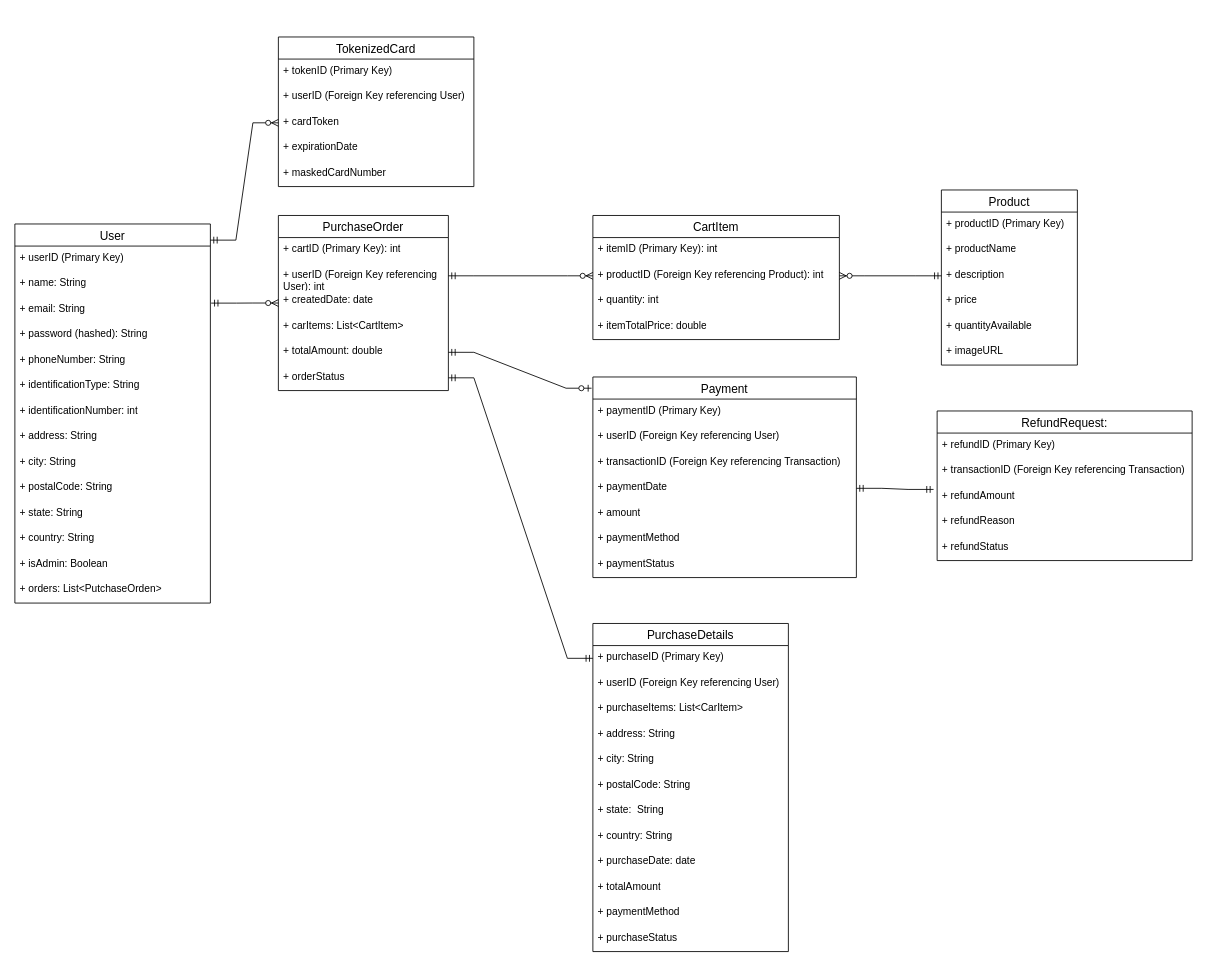
Before: Diagrama entidad relacion.drawio in psmedinadi22/Prototype-PayU, a draw.io diagram. Source tidied: cells renumbered, new cells numbered last; positions are measured from the earlier drawing's top-left corner, leaving out a move shared by most shapes. Both pictures are drawn from the tidied source at 85%, with x=0, y=0 at pixel (14, 37).
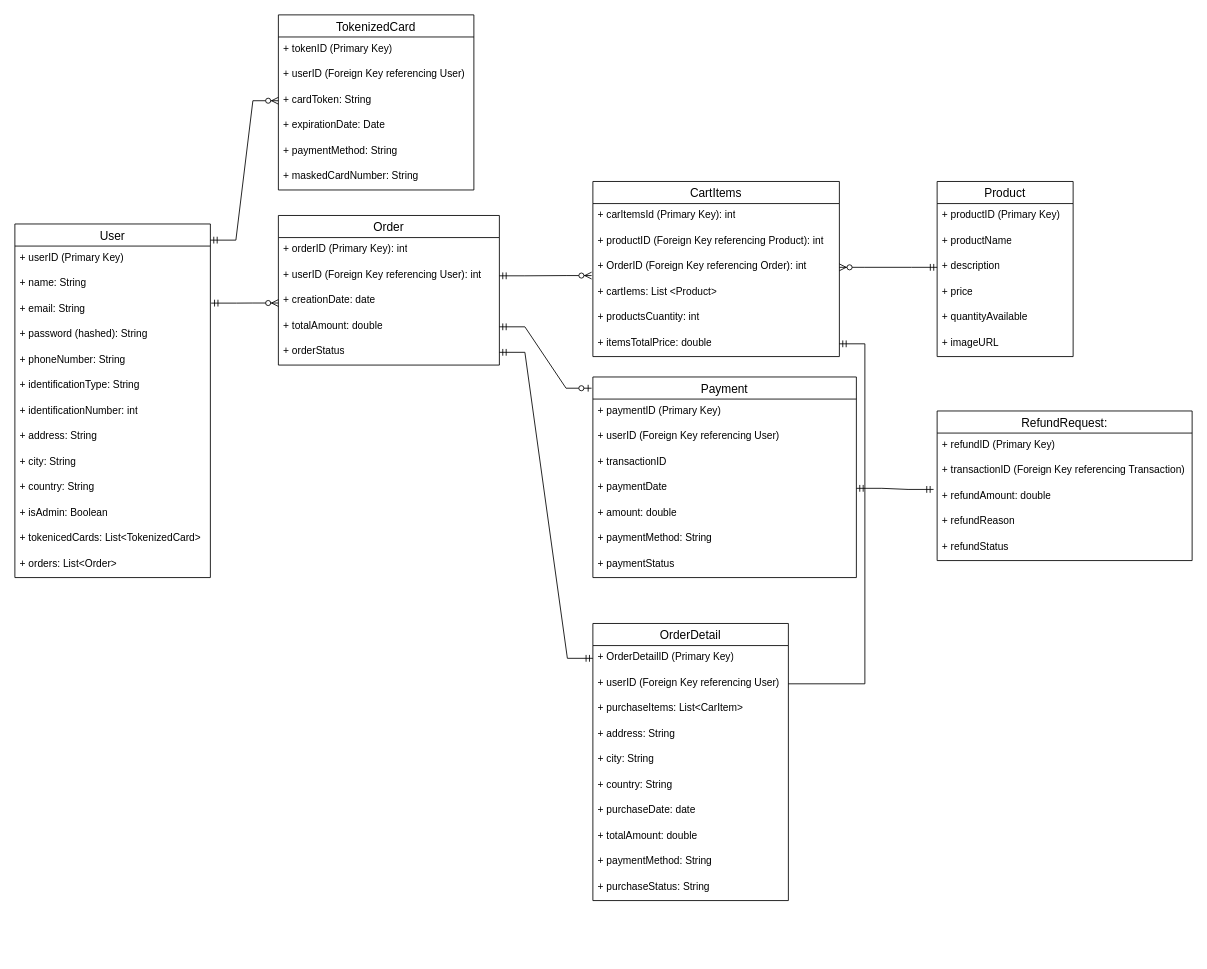
After the change.

Unchanged cells that the change refers to:
```xml
<mxCell id="26" value="+&amp;nbsp;userID (Foreign Key referencing User)" style="text;strokeColor=none;fillColor=none;spacingLeft=4;spacingRight=4;overflow=hidden;points=[[0,0.5],[1,0.5]];portConstraint=eastwest;fontSize=12;whiteSpace=wrap;html=1;" parent="24" vertex="1">
  <mxGeometry y="56" width="230" height="30" as="geometry" />
</mxCell>
<mxCell id="46" value="+&amp;nbsp;description" style="text;strokeColor=none;fillColor=none;spacingLeft=4;spacingRight=4;overflow=hidden;points=[[0,0.5],[1,0.5]];portConstraint=eastwest;fontSize=12;whiteSpace=wrap;html=1;" parent="43" vertex="1">
  <mxGeometry y="86" width="160" height="30" as="geometry" />
</mxCell>
<mxCell id="50" value="RefundRequest:" style="swimlane;fontStyle=0;horizontal=1;startSize=26;align=center;fontSize=14;" parent="1" vertex="1">
  <mxGeometry x="1085" y="440" width="300" height="176" as="geometry" />
</mxCell>
<mxCell id="58" value="+&amp;nbsp;productID (Foreign Key referencing Product): int" style="text;strokeColor=none;fillColor=none;spacingLeft=4;spacingRight=4;overflow=hidden;points=[[0,0.5],[1,0.5]];portConstraint=eastwest;fontSize=12;whiteSpace=wrap;html=1;" parent="56" vertex="1">
  <mxGeometry y="56" width="290" height="30" as="geometry" />
</mxCell>
<mxCell id="61" value="Payment" style="swimlane;fontStyle=0;horizontal=1;startSize=26;align=center;fontSize=14;" parent="1" vertex="1">
  <mxGeometry x="680" y="400" width="310" height="236" as="geometry" />
</mxCell>
```

Diff of the diagram source:
```diff
@@
     <mxCell id="2" value="User" style="swimlane;fontStyle=0;horizontal=1;startSize=26;align=center;fontSize=14;" parent="1" vertex="1">
-      <mxGeometry y="220" width="230" height="446" as="geometry" />
+      <mxGeometry y="220" width="230" height="416" as="geometry" />
     </mxCell>
@@
-    <mxCell id="12" value="+ postalCode: String" style="text;strokeColor=none;fillColor=none;spacingLeft=4;spacingRight=4;overflow=hidden;fontSize=12;whiteSpace=wrap;html=1;" parent="2" vertex="1">
-      <mxGeometry y="296" width="230" height="30" as="geometry" />
-    </mxCell>
-    <mxCell id="13" value="+ state: String" style="text;strokeColor=none;fillColor=none;spacingLeft=4;spacingRight=4;overflow=hidden;fontSize=12;whiteSpace=wrap;html=1;" parent="2" vertex="1">
-      <mxGeometry y="326" width="230" height="30" as="geometry" />
-    </mxCell>
     <mxCell id="14" value="+ country: String" style="text;strokeColor=none;fillColor=none;spacingLeft=4;spacingRight=4;overflow=hidden;fontSize=12;whiteSpace=wrap;html=1;" parent="2" vertex="1">
-      <mxGeometry y="356" width="230" height="30" as="geometry" />
+      <mxGeometry y="296" width="230" height="30" as="geometry" />
     </mxCell>
     <mxCell id="15" value="+ isAdmin: Boolean" style="text;strokeColor=none;fillColor=none;spacingLeft=4;spacingRight=4;overflow=hidden;fontSize=12;whiteSpace=wrap;html=1;" parent="2" vertex="1">
-      <mxGeometry y="386" width="230" height="30" as="geometry" />
+      <mxGeometry y="326" width="230" height="30" as="geometry" />
     </mxCell>
+    <mxCell id="76" value="+ tokenicedCards: List&amp;lt;TokenizedCard&amp;gt;" style="text;strokeColor=none;fillColor=none;spacingLeft=4;spacingRight=4;overflow=hidden;fontSize=12;whiteSpace=wrap;html=1;" parent="2" vertex="1">
+      <mxGeometry y="356" width="230" height="30" as="geometry" />
+    </mxCell>
-    <mxCell id="16" value="+ orders: List&amp;lt;PutchaseOrden&amp;gt;" style="text;strokeColor=none;fillColor=none;spacingLeft=4;spacingRight=4;overflow=hidden;fontSize=12;whiteSpace=wrap;html=1;" parent="2" vertex="1">
-      <mxGeometry y="416" width="230" height="30" as="geometry" />
+    <mxCell id="16" value="+ orders: List&amp;lt;Order&amp;gt;" style="text;strokeColor=none;fillColor=none;spacingLeft=4;spacingRight=4;overflow=hidden;fontSize=12;whiteSpace=wrap;html=1;" parent="2" vertex="1">
+      <mxGeometry y="386" width="230" height="30" as="geometry" />
     </mxCell>
-    <mxCell id="17" value="PurchaseOrder" style="swimlane;fontStyle=0;horizontal=1;startSize=26;align=center;fontSize=14;" parent="1" vertex="1">
-      <mxGeometry x="310" y="210" width="200" height="206" as="geometry" />
+    <mxCell id="17" value="Order" style="swimlane;fontStyle=0;horizontal=1;startSize=26;align=center;fontSize=14;" parent="1" vertex="1">
+      <mxGeometry x="310" y="210" width="260" height="176" as="geometry" />
     </mxCell>
-    <mxCell id="18" value="+ cartID (Primary Key): int" style="text;strokeColor=none;fillColor=none;spacingLeft=4;spacingRight=4;overflow=hidden;fontSize=12;whiteSpace=wrap;html=1;" parent="17" vertex="1">
-      <mxGeometry y="26" width="200" height="30" as="geometry" />
+    <mxCell id="18" value="+ orderID (Primary Key): int" style="text;strokeColor=none;fillColor=none;spacingLeft=4;spacingRight=4;overflow=hidden;fontSize=12;whiteSpace=wrap;html=1;" parent="17" vertex="1">
+      <mxGeometry y="26" width="260" height="30" as="geometry" />
     </mxCell>
     <mxCell id="19" value="+&amp;nbsp;userID (Foreign Key referencing User): int" style="text;strokeColor=none;fillColor=none;spacingLeft=4;spacingRight=4;overflow=hidden;points=[[0,0.5],[1,0.5]];portConstraint=eastwest;fontSize=12;whiteSpace=wrap;html=1;" parent="17" vertex="1">
-      <mxGeometry y="56" width="200" height="30" as="geometry" />
+      <mxGeometry y="56" width="260" height="30" as="geometry" />
     </mxCell>
-    <mxCell id="20" value="+&amp;nbsp;createdDate: date" style="text;strokeColor=none;fillColor=none;spacingLeft=4;spacingRight=4;overflow=hidden;fontSize=12;whiteSpace=wrap;html=1;" parent="17" vertex="1">
-      <mxGeometry y="86" width="200" height="30" as="geometry" />
+    <mxCell id="20" value="+&amp;nbsp;creationDate: date" style="text;strokeColor=none;fillColor=none;spacingLeft=4;spacingRight=4;overflow=hidden;fontSize=12;whiteSpace=wrap;html=1;" parent="17" vertex="1">
+      <mxGeometry y="86" width="260" height="30" as="geometry" />
     </mxCell>
-    <mxCell id="21" value="+ carItems: List&amp;lt;CartItem&amp;gt;" style="text;strokeColor=none;fillColor=none;spacingLeft=4;spacingRight=4;overflow=hidden;fontSize=12;whiteSpace=wrap;html=1;" parent="17" vertex="1">
-      <mxGeometry y="116" width="200" height="30" as="geometry" />
-    </mxCell>
     <mxCell id="22" value="+ totalAmount: double" style="text;strokeColor=none;fillColor=none;spacingLeft=4;spacingRight=4;overflow=hidden;points=[[0,0.5],[1,0.5]];portConstraint=eastwest;fontSize=12;whiteSpace=wrap;html=1;" parent="17" vertex="1">
-      <mxGeometry y="146" width="200" height="30" as="geometry" />
+      <mxGeometry y="116" width="260" height="30" as="geometry" />
     </mxCell>
     <mxCell id="23" value="+ orderStatus" style="text;strokeColor=none;fillColor=none;spacingLeft=4;spacingRight=4;overflow=hidden;points=[[0,0.5],[1,0.5]];portConstraint=eastwest;fontSize=12;whiteSpace=wrap;html=1;" parent="17" vertex="1">
-      <mxGeometry y="176" width="200" height="30" as="geometry" />
+      <mxGeometry y="146" width="260" height="30" as="geometry" />
     </mxCell>
-    <mxCell id="24" value="PurchaseDetails" style="swimlane;fontStyle=0;horizontal=1;startSize=26;align=center;fontSize=14;" parent="1" vertex="1">
-      <mxGeometry x="680" y="690" width="230" height="386" as="geometry" />
+    <mxCell id="24" value="OrderDetail" style="swimlane;fontStyle=0;horizontal=1;startSize=26;align=center;fontSize=14;" parent="1" vertex="1">
+      <mxGeometry x="680" y="690" width="230" height="326" as="geometry" />
     </mxCell>
-    <mxCell id="25" value="+&amp;nbsp;purchaseID (Primary Key)" style="text;strokeColor=none;fillColor=none;spacingLeft=4;spacingRight=4;overflow=hidden;points=[[0,0.5],[1,0.5]];portConstraint=eastwest;fontSize=12;whiteSpace=wrap;html=1;" parent="24" vertex="1">
+    <mxCell id="25" value="+ OrderDetailID (Primary Key)" style="text;strokeColor=none;fillColor=none;spacingLeft=4;spacingRight=4;overflow=hidden;points=[[0,0.5],[1,0.5]];portConstraint=eastwest;fontSize=12;whiteSpace=wrap;html=1;" parent="24" vertex="1">
       <mxGeometry y="26" width="230" height="30" as="geometry" />
     </mxCell>
@@
-    <mxCell id="30" value="+ postalCode: String" style="text;strokeColor=none;fillColor=none;spacingLeft=4;spacingRight=4;overflow=hidden;fontSize=12;whiteSpace=wrap;html=1;" parent="24" vertex="1">
-      <mxGeometry y="176" width="230" height="30" as="geometry" />
-    </mxCell>
-    <mxCell id="31" value="+ state:&amp;nbsp; String" style="text;strokeColor=none;fillColor=none;spacingLeft=4;spacingRight=4;overflow=hidden;fontSize=12;whiteSpace=wrap;html=1;" parent="24" vertex="1">
-      <mxGeometry y="206" width="230" height="30" as="geometry" />
-    </mxCell>
     <mxCell id="32" value="+ country: String" style="text;strokeColor=none;fillColor=none;spacingLeft=4;spacingRight=4;overflow=hidden;fontSize=12;whiteSpace=wrap;html=1;" parent="24" vertex="1">
-      <mxGeometry y="236" width="230" height="30" as="geometry" />
+      <mxGeometry y="176" width="230" height="30" as="geometry" />
     </mxCell>
     <mxCell id="33" value="+&amp;nbsp;purchaseDate: date" style="text;strokeColor=none;fillColor=none;spacingLeft=4;spacingRight=4;overflow=hidden;fontSize=12;whiteSpace=wrap;html=1;" parent="24" vertex="1">
-      <mxGeometry y="266" width="230" height="30" as="geometry" />
+      <mxGeometry y="206" width="230" height="30" as="geometry" />
     </mxCell>
-    <mxCell id="34" value="+&amp;nbsp;totalAmount" style="text;strokeColor=none;fillColor=none;spacingLeft=4;spacingRight=4;overflow=hidden;fontSize=12;whiteSpace=wrap;html=1;" parent="24" vertex="1">
-      <mxGeometry y="296" width="230" height="30" as="geometry" />
+    <mxCell id="34" value="+&amp;nbsp;totalAmount: double" style="text;strokeColor=none;fillColor=none;spacingLeft=4;spacingRight=4;overflow=hidden;fontSize=12;whiteSpace=wrap;html=1;" parent="24" vertex="1">
+      <mxGeometry y="236" width="230" height="30" as="geometry" />
     </mxCell>
-    <mxCell id="35" value="+&amp;nbsp;paymentMethod" style="text;strokeColor=none;fillColor=none;spacingLeft=4;spacingRight=4;overflow=hidden;fontSize=12;whiteSpace=wrap;html=1;" parent="24" vertex="1">
-      <mxGeometry y="326" width="230" height="30" as="geometry" />
+    <mxCell id="35" value="+&amp;nbsp;paymentMethod: String" style="text;strokeColor=none;fillColor=none;spacingLeft=4;spacingRight=4;overflow=hidden;fontSize=12;whiteSpace=wrap;html=1;" parent="24" vertex="1">
+      <mxGeometry y="266" width="230" height="30" as="geometry" />
     </mxCell>
-    <mxCell id="36" value="+&amp;nbsp;purchaseStatus" style="text;strokeColor=none;fillColor=none;spacingLeft=4;spacingRight=4;overflow=hidden;fontSize=12;whiteSpace=wrap;html=1;" parent="24" vertex="1">
-      <mxGeometry y="356" width="230" height="30" as="geometry" />
+    <mxCell id="36" value="+&amp;nbsp;purchaseStatus: String" style="text;strokeColor=none;fillColor=none;spacingLeft=4;spacingRight=4;overflow=hidden;fontSize=12;whiteSpace=wrap;html=1;" parent="24" vertex="1">
+      <mxGeometry y="296" width="230" height="30" as="geometry" />
     </mxCell>
     <mxCell id="37" value="TokenizedCard" style="swimlane;fontStyle=0;horizontal=1;startSize=26;align=center;fontSize=14;" parent="1" vertex="1">
-      <mxGeometry x="310" width="230" height="176" as="geometry" />
+      <mxGeometry x="310" y="-26" width="230" height="206" as="geometry" />
     </mxCell>
@@
-    <mxCell id="40" value="+&amp;nbsp;cardToken" style="text;strokeColor=none;fillColor=none;spacingLeft=4;spacingRight=4;overflow=hidden;points=[[0,0.5],[1,0.5]];portConstraint=eastwest;fontSize=12;whiteSpace=wrap;html=1;" parent="37" vertex="1">
+    <mxCell id="40" value="+&amp;nbsp;cardToken: String" style="text;strokeColor=none;fillColor=none;spacingLeft=4;spacingRight=4;overflow=hidden;points=[[0,0.5],[1,0.5]];portConstraint=eastwest;fontSize=12;whiteSpace=wrap;html=1;" parent="37" vertex="1">
       <mxGeometry y="86" width="230" height="30" as="geometry" />
     </mxCell>
-    <mxCell id="41" value="+&amp;nbsp;expirationDate" style="text;strokeColor=none;fillColor=none;spacingLeft=4;spacingRight=4;overflow=hidden;fontSize=12;whiteSpace=wrap;html=1;" parent="37" vertex="1">
+    <mxCell id="41" value="+&amp;nbsp;expirationDate: Date" style="text;strokeColor=none;fillColor=none;spacingLeft=4;spacingRight=4;overflow=hidden;fontSize=12;whiteSpace=wrap;html=1;" parent="37" vertex="1">
       <mxGeometry y="116" width="230" height="30" as="geometry" />
     </mxCell>
+    <mxCell id="77" value="+&amp;nbsp;paymentMethod: String" style="text;strokeColor=none;fillColor=none;spacingLeft=4;spacingRight=4;overflow=hidden;fontSize=12;whiteSpace=wrap;html=1;" parent="37" vertex="1">
+      <mxGeometry y="146" width="230" height="30" as="geometry" />
+    </mxCell>
-    <mxCell id="42" value="+&amp;nbsp;maskedCardNumber" style="text;strokeColor=none;fillColor=none;spacingLeft=4;spacingRight=4;overflow=hidden;fontSize=12;whiteSpace=wrap;html=1;" parent="37" vertex="1">
-      <mxGeometry y="146" width="230" height="30" as="geometry" />
+    <mxCell id="42" value="+&amp;nbsp;maskedCardNumber: String" style="text;strokeColor=none;fillColor=none;spacingLeft=4;spacingRight=4;overflow=hidden;fontSize=12;whiteSpace=wrap;html=1;" parent="37" vertex="1">
+      <mxGeometry y="176" width="230" height="30" as="geometry" />
     </mxCell>
     <mxCell id="43" value="Product" style="swimlane;fontStyle=0;horizontal=1;startSize=26;align=center;fontSize=14;" parent="1" vertex="1">
-      <mxGeometry x="1090" y="180" width="160" height="206" as="geometry" />
+      <mxGeometry x="1085" y="170" width="160" height="206" as="geometry" />
     </mxCell>
@@
-    <mxCell id="53" value="+&amp;nbsp;refundAmount" style="text;strokeColor=none;fillColor=none;spacingLeft=4;spacingRight=4;overflow=hidden;points=[[0,0.5],[1,0.5]];portConstraint=eastwest;fontSize=12;whiteSpace=wrap;html=1;" parent="50" vertex="1">
+    <mxCell id="53" value="+&amp;nbsp;refundAmount: double" style="text;strokeColor=none;fillColor=none;spacingLeft=4;spacingRight=4;overflow=hidden;points=[[0,0.5],[1,0.5]];portConstraint=eastwest;fontSize=12;whiteSpace=wrap;html=1;" parent="50" vertex="1">
       <mxGeometry y="86" width="300" height="30" as="geometry" />
     </mxCell>
@@
-    <mxCell id="56" value="CartItem" style="swimlane;fontStyle=0;horizontal=1;startSize=26;align=center;fontSize=14;" parent="1" vertex="1">
-      <mxGeometry x="680" y="210" width="290" height="146" as="geometry" />
+    <mxCell id="56" value="CartItems" style="swimlane;fontStyle=0;horizontal=1;startSize=26;align=center;fontSize=14;" parent="1" vertex="1">
+      <mxGeometry x="680" y="170" width="290" height="206" as="geometry" />
     </mxCell>
-    <mxCell id="57" value="+&amp;nbsp;itemID (Primary Key): int" style="text;strokeColor=none;fillColor=none;spacingLeft=4;spacingRight=4;overflow=hidden;fontSize=12;whiteSpace=wrap;html=1;" parent="56" vertex="1">
+    <mxCell id="57" value="+&amp;nbsp;carItemsId&lt;span style=&quot;background-color: initial;&quot;&gt;&amp;nbsp;(Primary Key): int&lt;/span&gt;" style="text;strokeColor=none;fillColor=none;spacingLeft=4;spacingRight=4;overflow=hidden;fontSize=12;whiteSpace=wrap;html=1;" parent="56" vertex="1">
       <mxGeometry y="26" width="290" height="30" as="geometry" />
     </mxCell>
@@
+    <mxCell id="78" value="+&amp;nbsp;OrderID (Foreign Key referencing Order): int" style="text;strokeColor=none;fillColor=none;spacingLeft=4;spacingRight=4;overflow=hidden;points=[[0,0.5],[1,0.5]];portConstraint=eastwest;fontSize=12;whiteSpace=wrap;html=1;" parent="56" vertex="1">
+      <mxGeometry y="86" width="290" height="30" as="geometry" />
+    </mxCell>
+    <mxCell id="79" value="+ cartIems: List &amp;lt;Product&amp;gt;" style="text;strokeColor=none;fillColor=none;spacingLeft=4;spacingRight=4;overflow=hidden;fontSize=12;whiteSpace=wrap;html=1;" parent="56" vertex="1">
+      <mxGeometry y="116" width="290" height="30" as="geometry" />
+    </mxCell>
-    <mxCell id="59" value="+&amp;nbsp;quantity: int" style="text;strokeColor=none;fillColor=none;spacingLeft=4;spacingRight=4;overflow=hidden;fontSize=12;whiteSpace=wrap;html=1;" parent="56" vertex="1">
-      <mxGeometry y="86" width="290" height="30" as="geometry" />
+    <mxCell id="59" value="+&amp;nbsp;productsCuantity: int" style="text;strokeColor=none;fillColor=none;spacingLeft=4;spacingRight=4;overflow=hidden;fontSize=12;whiteSpace=wrap;html=1;" parent="56" vertex="1">
+      <mxGeometry y="146" width="290" height="30" as="geometry" />
     </mxCell>
-    <mxCell id="60" value="+ itemTotalPrice: double" style="text;strokeColor=none;fillColor=none;spacingLeft=4;spacingRight=4;overflow=hidden;points=[[0,0.5],[1,0.5]];portConstraint=eastwest;fontSize=12;whiteSpace=wrap;html=1;" parent="56" vertex="1">
-      <mxGeometry y="116" width="290" height="30" as="geometry" />
+    <mxCell id="60" value="+ itemsTotalPrice: double" style="text;strokeColor=none;fillColor=none;spacingLeft=4;spacingRight=4;overflow=hidden;points=[[0,0.5],[1,0.5]];portConstraint=eastwest;fontSize=12;whiteSpace=wrap;html=1;" parent="56" vertex="1">
+      <mxGeometry y="176" width="290" height="30" as="geometry" />
     </mxCell>
@@
-    <mxCell id="64" value="+&amp;nbsp;transactionID (Foreign Key referencing Transaction)" style="text;strokeColor=none;fillColor=none;spacingLeft=4;spacingRight=4;overflow=hidden;fontSize=12;whiteSpace=wrap;html=1;" parent="61" vertex="1">
+    <mxCell id="64" value="+&amp;nbsp;transactionID&lt;br&gt;" style="text;strokeColor=none;fillColor=none;spacingLeft=4;spacingRight=4;overflow=hidden;fontSize=12;whiteSpace=wrap;html=1;" parent="61" vertex="1">
       <mxGeometry y="86" width="310" height="30" as="geometry" />
     </mxCell>
@@
-    <mxCell id="66" value="+&amp;nbsp;amount" style="text;strokeColor=none;fillColor=none;spacingLeft=4;spacingRight=4;overflow=hidden;fontSize=12;whiteSpace=wrap;html=1;" parent="61" vertex="1">
+    <mxCell id="66" value="+&amp;nbsp;amount: double" style="text;strokeColor=none;fillColor=none;spacingLeft=4;spacingRight=4;overflow=hidden;fontSize=12;whiteSpace=wrap;html=1;" parent="61" vertex="1">
       <mxGeometry y="146" width="310" height="30" as="geometry" />
     </mxCell>
-    <mxCell id="67" value="+&amp;nbsp;paymentMethod" style="text;strokeColor=none;fillColor=none;spacingLeft=4;spacingRight=4;overflow=hidden;fontSize=12;whiteSpace=wrap;html=1;" parent="61" vertex="1">
+    <mxCell id="67" value="+&amp;nbsp;paymentMethod: String" style="text;strokeColor=none;fillColor=none;spacingLeft=4;spacingRight=4;overflow=hidden;fontSize=12;whiteSpace=wrap;html=1;" parent="61" vertex="1">
       <mxGeometry y="176" width="310" height="30" as="geometry" />
     </mxCell>
@@
-    <mxCell id="71" style="edgeStyle=entityRelationEdgeStyle;fontSize=12;html=1;endArrow=ERzeroToMany;startArrow=ERmandOne;rounded=0;entryX=0;entryY=0.5;entryDx=0;entryDy=0;" parent="1" edge="1" source="19" target="58">
-      <mxGeometry relative="1" as="geometry" />
+    <mxCell id="71" style="edgeStyle=entityRelationEdgeStyle;fontSize=12;html=1;endArrow=ERzeroToMany;startArrow=ERmandOne;rounded=0;entryX=-0.005;entryY=0.824;entryDx=0;entryDy=0;entryPerimeter=0;" parent="1" edge="1" source="19">
+      <mxGeometry relative="1" as="geometry">
+        <mxPoint x="678.5" y="280.7" as="targetPoint" />
+      </mxGeometry>
     </mxCell>
@@
-    <mxCell id="74" style="edgeStyle=entityRelationEdgeStyle;fontSize=12;html=1;endArrow=ERzeroToMany;startArrow=ERmandOne;rounded=0;entryX=1;entryY=0.5;entryDx=0;entryDy=0;exitX=0;exitY=0.5;exitDx=0;exitDy=0;" parent="1" edge="1" source="46" target="58">
+    <mxCell id="74" style="edgeStyle=entityRelationEdgeStyle;fontSize=12;html=1;endArrow=ERzeroToMany;startArrow=ERmandOne;rounded=0;exitX=0;exitY=0.5;exitDx=0;exitDy=0;entryX=1;entryY=0.5;entryDx=0;entryDy=0;" parent="1" edge="1" source="46" target="78">
       <mxGeometry relative="1" as="geometry">
         <Array as="points">
           <mxPoint x="1060" y="310" />
         </Array>
       </mxGeometry>
     </mxCell>
@@
+    <mxCell id="80" style="edgeStyle=entityRelationEdgeStyle;fontSize=12;html=1;endArrow=ERmandOne;rounded=0;exitX=1;exitY=0.5;exitDx=0;exitDy=0;" parent="1" edge="1" source="26" target="60">
+      <mxGeometry relative="1" as="geometry">
+        <Array as="points">
+          <mxPoint x="1040" y="550" />
+          <mxPoint x="1070" y="560" />
+        </Array>
+      </mxGeometry>
+    </mxCell>
```
